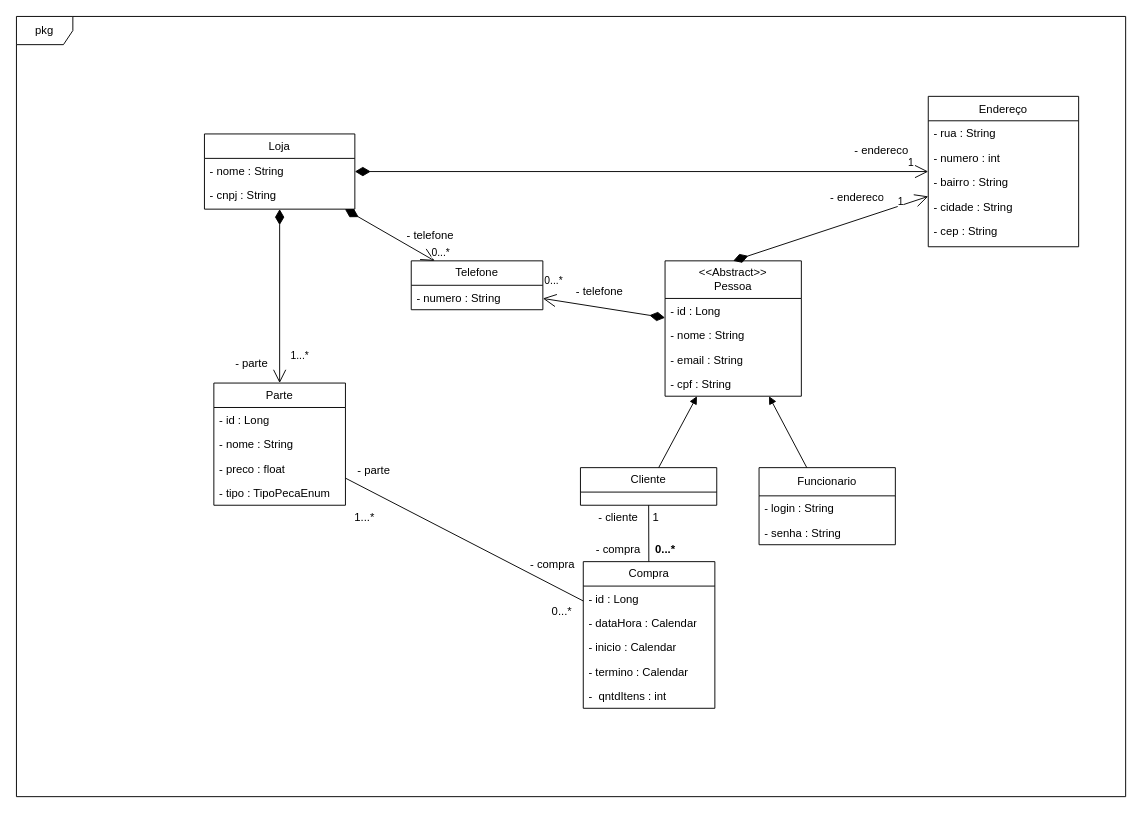
This is docs/LojaDeHardware.drawio from Matheus4444/LojaDeHardware, a draw.io file, before an edit. Source tidied: cells renumbered, new cells numbered last; positions are measured from the earlier drawing's top-left corner, leaving out a move shared by most shapes. Both pictures are drawn from the tidied source at 94%, with x=0, y=0 at pixel (16, 16).
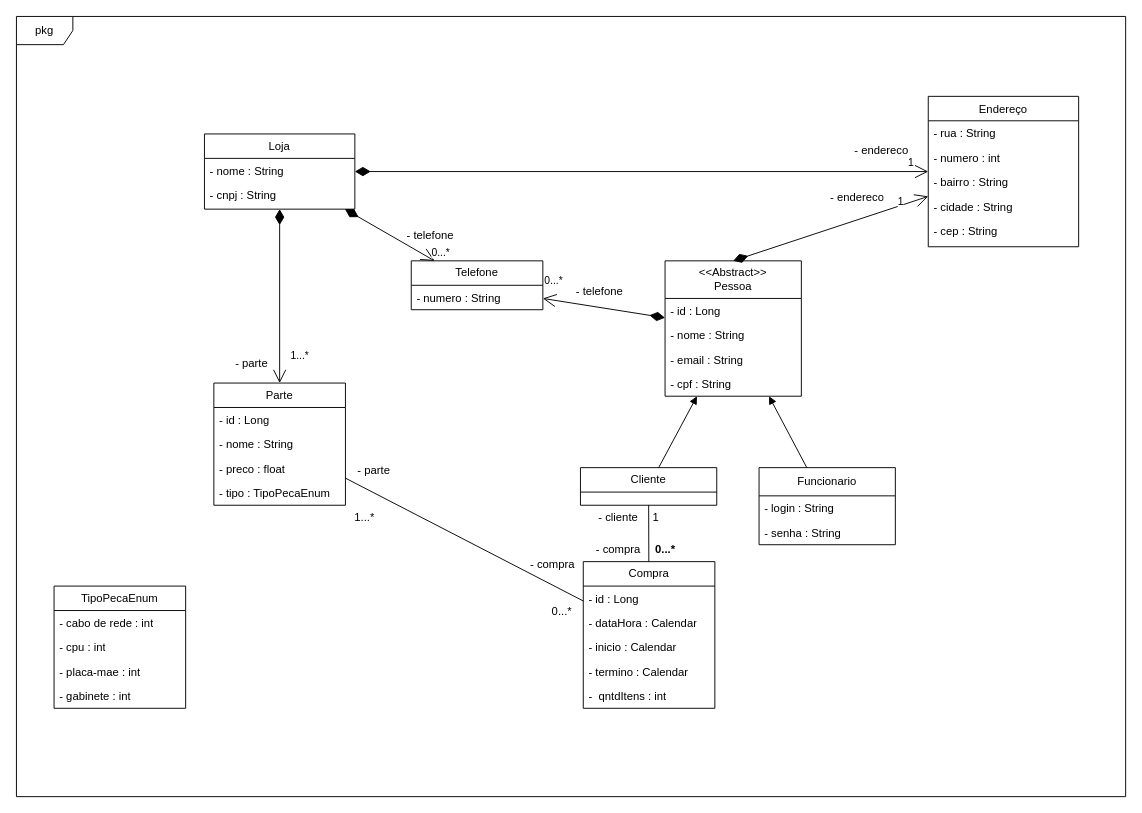
The same page after the edit.

The edit, as a diff of the source:
```diff
@@
+    <mxCell id="56" value="TipoPecaEnum" style="swimlane;fontStyle=0;horizontal=1;startSize=26;fillColor=none;whiteSpace=wrap;html=1;" parent="1" vertex="1">
+      <mxGeometry x="40" y="606" width="140" height="130" as="geometry" />
+    </mxCell>
+    <mxCell id="57" value="- cabo de rede : int" style="text;strokeColor=none;fillColor=none;align=left;verticalAlign=top;spacingLeft=4;spacingRight=4;overflow=hidden;whiteSpace=wrap;html=1;" parent="56" vertex="1">
+      <mxGeometry y="26" width="140" height="26" as="geometry" />
+    </mxCell>
+    <mxCell id="58" value="- cpu : int" style="text;strokeColor=none;fillColor=none;align=left;verticalAlign=top;spacingLeft=4;spacingRight=4;overflow=hidden;whiteSpace=wrap;html=1;" parent="56" vertex="1">
+      <mxGeometry y="52" width="140" height="26" as="geometry" />
+    </mxCell>
+    <mxCell id="59" value="- placa-mae : int" style="text;strokeColor=none;fillColor=none;align=left;verticalAlign=top;spacingLeft=4;spacingRight=4;overflow=hidden;whiteSpace=wrap;html=1;" parent="56" vertex="1">
+      <mxGeometry y="78" width="140" height="26" as="geometry" />
+    </mxCell>
+    <mxCell id="60" value="- gabinete : int" style="text;strokeColor=none;fillColor=none;align=left;verticalAlign=top;spacingLeft=4;spacingRight=4;overflow=hidden;whiteSpace=wrap;html=1;" parent="56" vertex="1">
+      <mxGeometry y="104" width="140" height="26" as="geometry" />
+    </mxCell>
```
